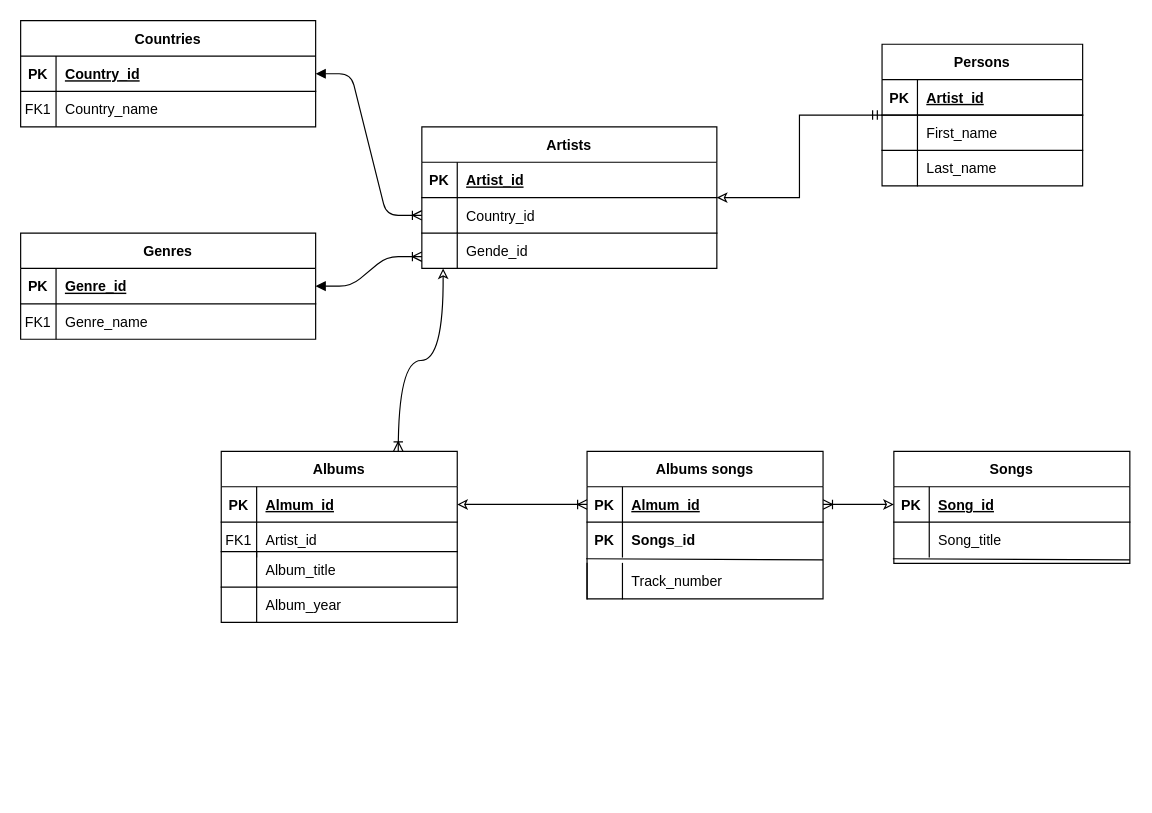
This is Диаграмма без названия.drawio from Monersen/SQL, a draw.io file, before an edit. Source tidied: cells renumbered, new cells numbered last; positions are measured from the earlier drawing's top-left corner, leaving out a move shared by most shapes. Both pictures are drawn from the tidied source at 118%, with x=0, y=0 at pixel (20, 20).
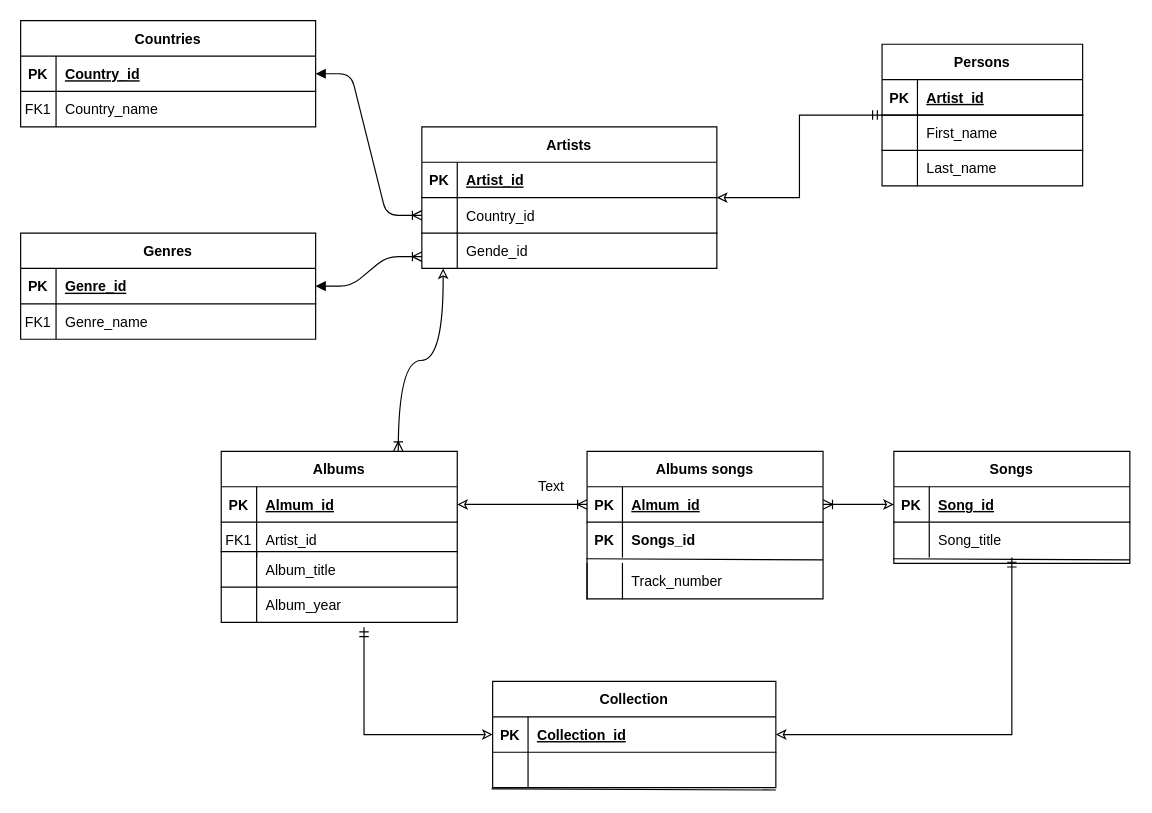
After the change.

Commit message:
Music collection (example).drawio

The change refers to these unchanged cells:
```xml
<mxCell id="46" style="shape=partialRectangle;fillColor=none;points=[[0,0.5],[1,0.5]];portConstraint=eastwest;top=1;left=0;right=0;bottom=0;labelBackgroundColor=none;" parent="1" vertex="1">
  <mxGeometry x="170" y="480" width="200" height="30" as="geometry" />
</mxCell>
<mxCell id="66" style="shape=partialRectangle;fillColor=none;points=[[0,0.5],[1,0.5]];portConstraint=eastwest;top=0;left=0;right=0;bottom=0;labelBackgroundColor=none;" parent="62" vertex="1">
  <mxGeometry y="60" width="200" height="30" as="geometry" />
</mxCell>
```

The edit, as a diff of the source:
```diff
@@
+    <mxCell id="74" value="Text" style="text;html=1;strokeColor=none;fillColor=none;align=center;verticalAlign=middle;whiteSpace=wrap;rounded=0;" parent="1" vertex="1">
+      <mxGeometry x="420" y="380" width="60" height="30" as="geometry" />
+    </mxCell>
+    <mxCell id="75" value="Collection" style="shape=table;startSize=30;childLayout=tableLayout;rowLines=0;fontStyle=1;align=center;labelBackgroundColor=none;" parent="1" vertex="1">
+      <mxGeometry x="400" y="560" width="240" height="90" as="geometry" />
+    </mxCell>
+    <mxCell id="76" style="shape=partialRectangle;fillColor=none;points=[[0,0.5],[1,0.5]];portConstraint=eastwest;top=0;left=0;right=0;bottom=1;labelBackgroundColor=none;" parent="75" vertex="1">
+      <mxGeometry y="30" width="240" height="30" as="geometry" />
+    </mxCell>
+    <mxCell id="77" value="PK" style="shape=partialRectangle;overflow=hidden;fillColor=none;top=0;left=0;bottom=0;right=0;fontStyle=1;labelBackgroundColor=none;" parent="76" vertex="1">
+      <mxGeometry width="30" height="30" as="geometry" />
+    </mxCell>
+    <mxCell id="78" value="Collection_id" style="shape=partialRectangle;overflow=hidden;fillColor=none;top=0;left=0;bottom=0;right=0;align=left;spacingLeft=6;fontStyle=5;labelBackgroundColor=none;" parent="76" vertex="1">
+      <mxGeometry x="30" width="210" height="30" as="geometry" />
+    </mxCell>
+    <mxCell id="79" style="shape=partialRectangle;fillColor=none;points=[[0,0.5],[1,0.5]];portConstraint=eastwest;top=0;left=0;right=0;bottom=0;labelBackgroundColor=none;" parent="75" vertex="1">
+      <mxGeometry y="60" width="240" height="30" as="geometry" />
+    </mxCell>
+    <mxCell id="80" style="shape=partialRectangle;overflow=hidden;fillColor=none;top=0;left=0;bottom=0;right=0;fontStyle=1;labelBackgroundColor=none;" parent="79" vertex="1">
+      <mxGeometry width="30" height="30" as="geometry" />
+    </mxCell>
+    <mxCell id="81" style="shape=partialRectangle;overflow=hidden;fillColor=none;top=0;left=0;bottom=0;right=0;align=left;spacingLeft=6;fontStyle=1;labelBackgroundColor=none;" parent="79" vertex="1">
+      <mxGeometry x="30" width="210" height="30" as="geometry" />
+    </mxCell>
+    <mxCell id="82" style="endArrow=none;html=1;rounded=0;entryX=1;entryY=1.067;entryDx=0;entryDy=0;entryPerimeter=0;exitX=-0.004;exitY=1.033;exitDx=0;exitDy=0;exitPerimeter=0;labelBackgroundColor=none;fontColor=default;" parent="75" edge="1" source="79" target="79">
+      <mxGeometry relative="1" as="geometry" />
+    </mxCell>
+    <mxCell id="83" style="html=1;rounded=0;endArrow=ERmandOne;endFill=0;startArrow=classic;startFill=0;entryX=0.605;entryY=1.133;entryDx=0;entryDy=0;labelBackgroundColor=none;fontColor=default;entryPerimeter=0;" parent="1" edge="1" source="76" target="46">
+      <mxGeometry relative="1" as="geometry">
+        <Array as="points">
+          <mxPoint x="291" y="605" />
+        </Array>
+      </mxGeometry>
+    </mxCell>
+    <mxCell id="84" style="html=1;rounded=0;endArrow=ERmandOne;endFill=0;startArrow=classic;startFill=0;labelBackgroundColor=none;fontColor=default;exitX=1;exitY=0.5;exitDx=0;exitDy=0;" parent="1" edge="1" source="76" target="66">
+      <mxGeometry relative="1" as="geometry">
+        <Array as="points">
+          <mxPoint x="840" y="605" />
+        </Array>
+      </mxGeometry>
+    </mxCell>
```
